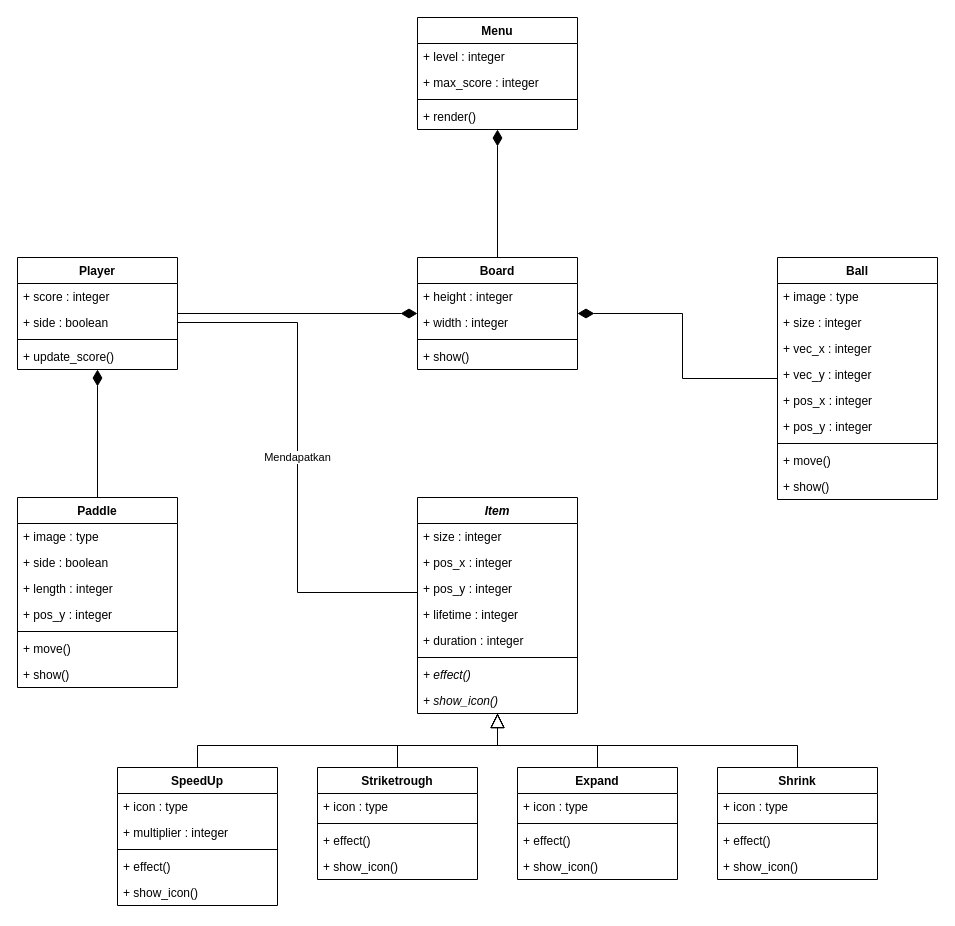
Above: UML/UML Diagram.drawio in n0l3r/Pong-Plus (draw.io), before the change. Source tidied: cells renumbered, new cells numbered last; positions are measured from the earlier drawing's top-left corner, leaving out a move shared by most shapes. Both pictures are drawn from the tidied source at 100%, with x=0, y=0 at pixel (17, 17).
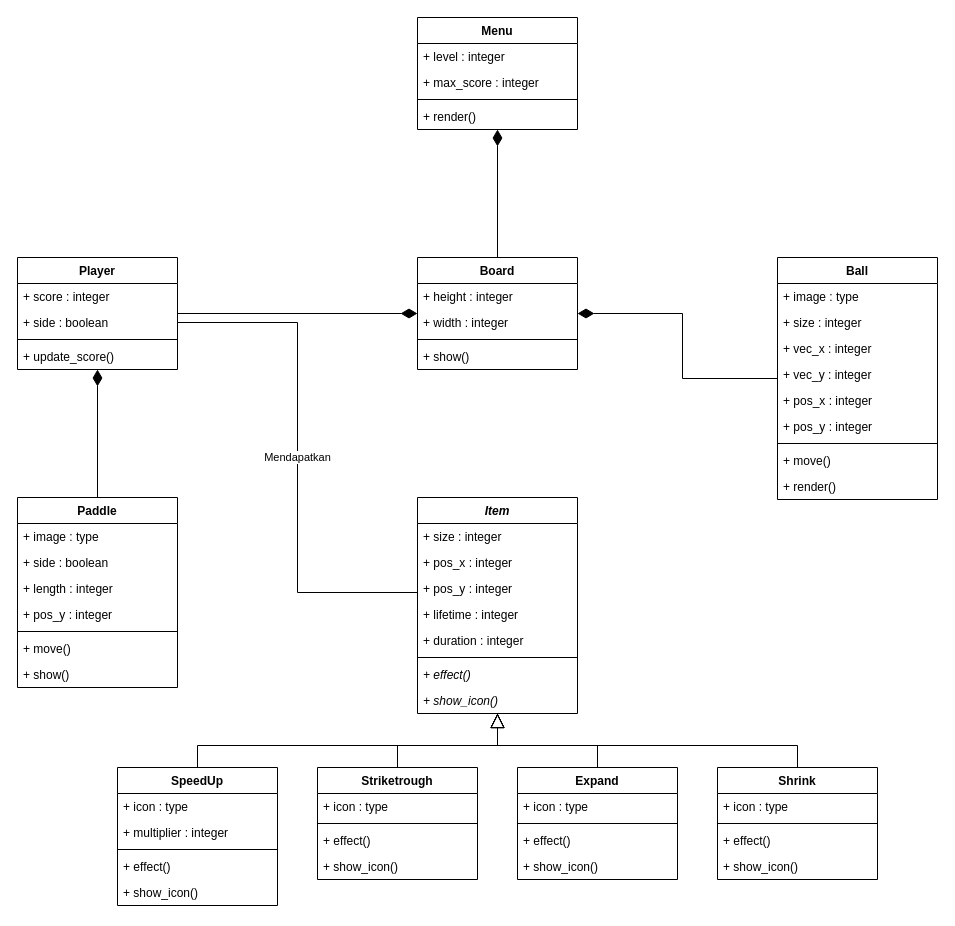
The same page after the edit.

Unchanged cells that the change refers to:
```xml
<mxCell id="11" value="Ball" style="swimlane;fontStyle=1;align=center;verticalAlign=top;horizontal=1;startSize=26;" parent="1" vertex="1">
  <mxGeometry x="760" y="240" width="160" height="242" as="geometry" />
</mxCell>
```

Diff of the diagram source:
```diff
@@
-    <mxCell id="20" value="+ show()" style="text;strokeColor=none;fillColor=none;align=left;verticalAlign=top;spacingLeft=4;spacingRight=4;overflow=hidden;" parent="11" vertex="1">
+    <mxCell id="20" value="+ render()" style="text;strokeColor=none;fillColor=none;align=left;verticalAlign=top;spacingLeft=4;spacingRight=4;overflow=hidden;" parent="11" vertex="1">
       <mxGeometry y="216" width="160" height="26" as="geometry" />
     </mxCell>
```
